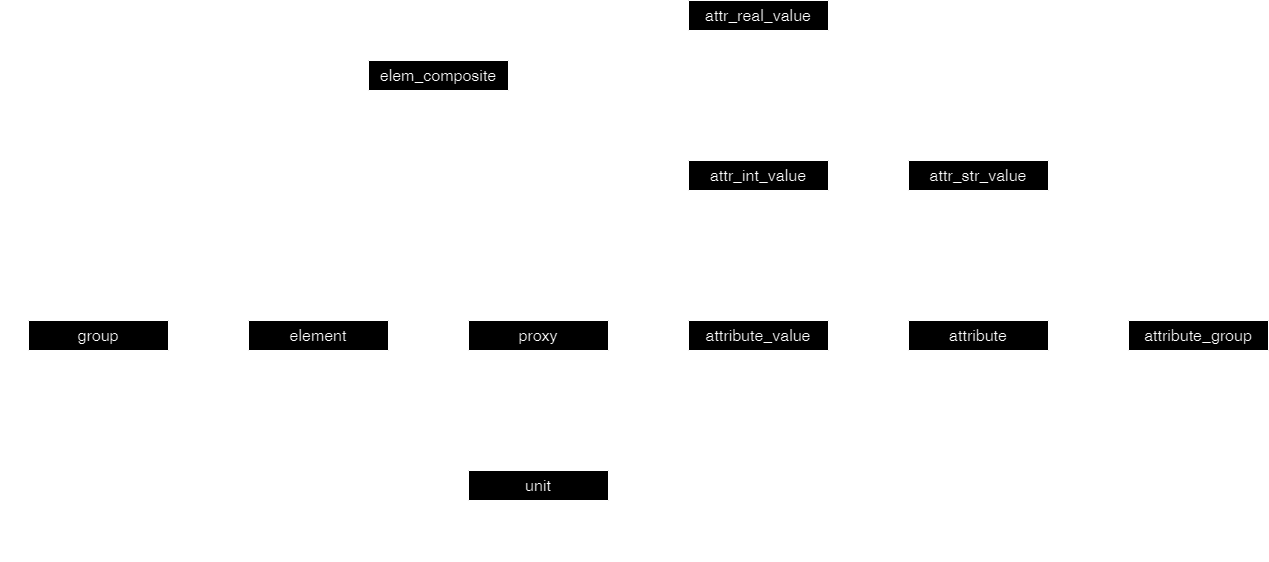
Earlier version of the draw.io export ОборудованиеDB.drawio.png (AlexandrSB/DataBase). Source tidied: cells renumbered, new cells last; positions are measured from the earlier drawing's top-left corner, leaving out a move shared by most shapes.
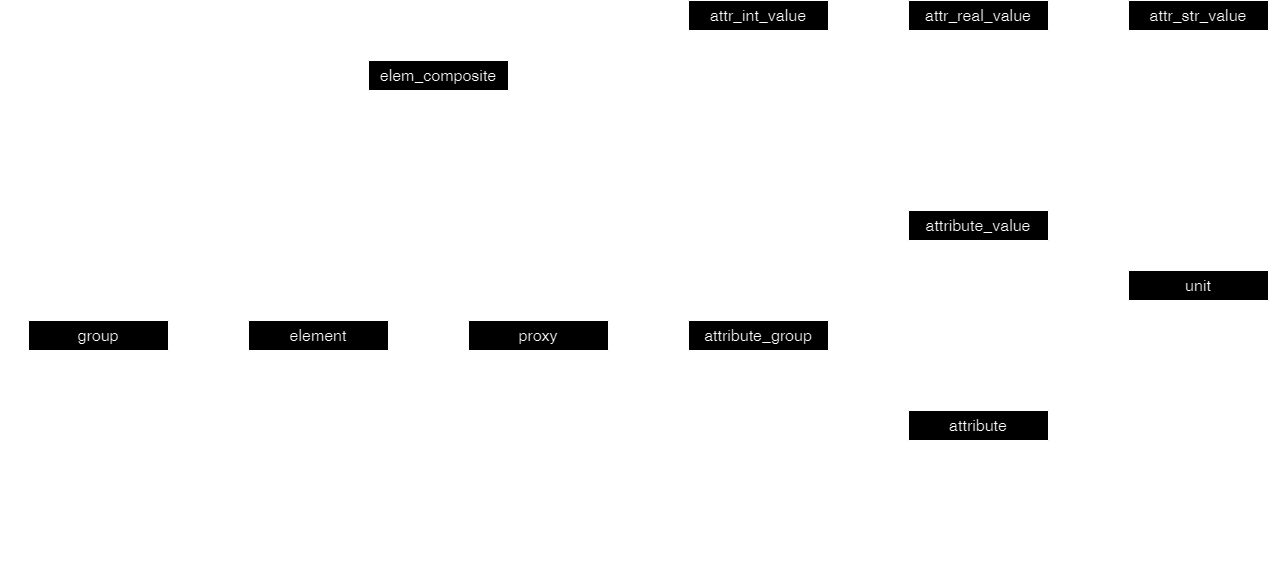
After the commit.

What changed in the source:
```diff
@@ -3,7 +3,7 @@
     <mxCell id="0" />
     <mxCell id="1" parent="0" />
     <mxCell id="2" value="&lt;font style=&quot;font-size: 16px;&quot;&gt;attribute&lt;/font&gt;" style="swimlane;fontStyle=0;horizontal=1;startSize=30;whiteSpace=wrap;html=1;" parent="1" vertex="1">
-      <mxGeometry x="900" y="320" width="140" height="120" as="geometry" />
+      <mxGeometry x="900" y="410" width="140" height="120" as="geometry" />
     </mxCell>
     <mxCell id="3" value="&lt;font style=&quot;font-size: 14px;&quot;&gt;id&lt;/font&gt;" style="text;strokeColor=none;fillColor=none;align=left;verticalAlign=middle;spacingLeft=4;spacingRight=4;overflow=hidden;points=[[0,0.5],[1,0.5]];portConstraint=eastwest;whiteSpace=wrap;html=1;" parent="2" vertex="1">
       <mxGeometry y="30" width="140" height="30" as="geometry" />
@@ -15,33 +15,19 @@
       <mxGeometry y="90" width="140" height="30" as="geometry" />
     </mxCell>
     <mxCell id="6" value="&lt;span style=&quot;font-size: 16px;&quot;&gt;attribute_value&lt;/span&gt;" style="swimlane;fontStyle=0;horizontal=1;startSize=30;whiteSpace=wrap;html=1;" parent="1" vertex="1">
-      <mxGeometry x="680" y="320" width="140" height="180" as="geometry" />
+      <mxGeometry x="900" y="210" width="140" height="120" as="geometry" />
     </mxCell>
     <mxCell id="7" value="&lt;font style=&quot;font-size: 14px;&quot;&gt;id&lt;/font&gt;" style="text;strokeColor=none;fillColor=none;align=left;verticalAlign=middle;spacingLeft=4;spacingRight=4;overflow=hidden;points=[[0,0.5],[1,0.5]];portConstraint=eastwest;whiteSpace=wrap;html=1;" parent="6" vertex="1">
       <mxGeometry y="30" width="140" height="30" as="geometry" />
     </mxCell>
-    <mxCell id="8" value="&lt;font style=&quot;font-size: 14px;&quot;&gt;name&lt;/font&gt;" style="text;strokeColor=none;fillColor=none;align=left;verticalAlign=middle;spacingLeft=4;spacingRight=4;overflow=hidden;whiteSpace=wrap;html=1;" parent="6" vertex="1">
-      <mxGeometry y="60" width="140" height="30" as="geometry" />
-    </mxCell>
-    <mxCell id="9" value="&lt;font style=&quot;font-size: 14px;&quot;&gt;proxy_id&lt;br&gt;&lt;/font&gt;" style="text;strokeColor=none;fillColor=none;align=left;verticalAlign=middle;spacingLeft=4;spacingRight=4;overflow=hidden;points=[[0,0.5],[1,0.5]];portConstraint=eastwest;whiteSpace=wrap;html=1;" parent="6" vertex="1">
-      <mxGeometry y="90" width="140" height="30" as="geometry" />
+    <mxCell id="9" value="&lt;font style=&quot;font-size: 14px;&quot;&gt;attr_id&lt;br&gt;&lt;/font&gt;" style="text;strokeColor=none;fillColor=none;align=left;verticalAlign=middle;spacingLeft=4;spacingRight=4;overflow=hidden;points=[[0,0.5],[1,0.5]];portConstraint=eastwest;whiteSpace=wrap;html=1;" parent="6" vertex="1">
+      <mxGeometry y="60" width="140" height="30" as="geometry" />
     </mxCell>
     <mxCell id="10" value="&lt;font style=&quot;font-size: 14px;&quot;&gt;unit_id&lt;br&gt;&lt;/font&gt;" style="text;strokeColor=none;fillColor=none;align=left;verticalAlign=middle;spacingLeft=4;spacingRight=4;overflow=hidden;points=[[0,0.5],[1,0.5]];portConstraint=eastwest;whiteSpace=wrap;html=1;" parent="6" vertex="1">
-      <mxGeometry y="120" width="140" height="30" as="geometry" />
+      <mxGeometry y="90" width="140" height="30" as="geometry" />
     </mxCell>
-    <mxCell id="11" value="&lt;font style=&quot;font-size: 14px;&quot;&gt;attribute_id&lt;br&gt;&lt;/font&gt;" style="text;strokeColor=none;fillColor=none;align=left;verticalAlign=middle;spacingLeft=4;spacingRight=4;overflow=hidden;points=[[0,0.5],[1,0.5]];portConstraint=eastwest;whiteSpace=wrap;html=1;" parent="6" vertex="1">
-      <mxGeometry y="150" width="140" height="30" as="geometry" />
-    </mxCell>
-    <mxCell id="12" style="edgeStyle=orthogonalEdgeStyle;fontSize=12;html=1;endArrow=ERoneToMany;rounded=0;entryX=0;entryY=0.5;entryDx=0;entryDy=0;exitX=1;exitY=0.5;exitDx=0;exitDy=0;" parent="1" edge="1" source="11" target="3">
-      <mxGeometry relative="1" as="geometry">
-        <Array as="points">
-          <mxPoint x="880" y="485" />
-          <mxPoint x="880" y="365" />
-        </Array>
-      </mxGeometry>
-    </mxCell>
     <mxCell id="13" value="&lt;font style=&quot;font-size: 16px;&quot;&gt;attribute_group&lt;/font&gt;" style="swimlane;fontStyle=0;horizontal=1;startSize=30;whiteSpace=wrap;html=1;" parent="1" vertex="1">
-      <mxGeometry x="1120" y="320" width="140" height="90" as="geometry" />
+      <mxGeometry x="680" y="320" width="140" height="150" as="geometry" />
     </mxCell>
     <mxCell id="14" value="&lt;font style=&quot;font-size: 14px;&quot;&gt;id&lt;/font&gt;" style="text;strokeColor=none;fillColor=none;align=left;verticalAlign=middle;spacingLeft=4;spacingRight=4;overflow=hidden;points=[[0,0.5],[1,0.5]];portConstraint=eastwest;whiteSpace=wrap;html=1;" parent="13" vertex="1">
       <mxGeometry y="30" width="140" height="30" as="geometry" />
@@ -49,11 +35,17 @@
     <mxCell id="15" value="&lt;font style=&quot;font-size: 14px;&quot;&gt;name&lt;/font&gt;" style="text;strokeColor=none;fillColor=none;align=left;verticalAlign=middle;spacingLeft=4;spacingRight=4;overflow=hidden;whiteSpace=wrap;html=1;" parent="13" vertex="1">
       <mxGeometry y="60" width="140" height="30" as="geometry" />
     </mxCell>
+    <mxCell id="65" value="&lt;span style=&quot;font-size: 14px;&quot;&gt;proxy_id&lt;/span&gt;" style="text;strokeColor=none;fillColor=none;align=left;verticalAlign=middle;spacingLeft=4;spacingRight=4;overflow=hidden;points=[[0,0.5],[1,0.5]];portConstraint=eastwest;whiteSpace=wrap;html=1;" parent="13" vertex="1">
+      <mxGeometry y="90" width="140" height="30" as="geometry" />
+    </mxCell>
+    <mxCell id="66" value="&lt;font style=&quot;font-size: 14px;&quot;&gt;attr_id&lt;/font&gt;" style="text;strokeColor=none;fillColor=none;align=left;verticalAlign=middle;spacingLeft=4;spacingRight=4;overflow=hidden;points=[[0,0.5],[1,0.5]];portConstraint=eastwest;whiteSpace=wrap;html=1;" parent="13" vertex="1">
+      <mxGeometry y="120" width="140" height="30" as="geometry" />
+    </mxCell>
-    <mxCell id="16" style="edgeStyle=orthogonalEdgeStyle;fontSize=12;html=1;endArrow=ERoneToMany;rounded=0;exitX=1;exitY=0.5;exitDx=0;exitDy=0;" parent="1" edge="1" source="5" target="14">
+    <mxCell id="16" style="edgeStyle=orthogonalEdgeStyle;fontSize=12;html=1;endArrow=ERoneToMany;rounded=0;exitX=0;exitY=0.5;exitDx=0;exitDy=0;entryX=1;entryY=0.5;entryDx=0;entryDy=0;" parent="1" edge="1" source="3" target="66">
       <mxGeometry relative="1" as="geometry" />
     </mxCell>
     <mxCell id="17" value="&lt;font style=&quot;font-size: 16px;&quot;&gt;attr_int_value&lt;/font&gt;" style="swimlane;fontStyle=0;horizontal=1;startSize=30;whiteSpace=wrap;html=1;" parent="1" vertex="1">
-      <mxGeometry x="680" y="160" width="140" height="120" as="geometry" />
+      <mxGeometry x="680" width="140" height="120" as="geometry" />
     </mxCell>
     <mxCell id="18" value="&lt;font style=&quot;font-size: 14px;&quot;&gt;id&lt;/font&gt;" style="text;strokeColor=none;fillColor=none;align=left;verticalAlign=middle;spacingLeft=4;spacingRight=4;overflow=hidden;whiteSpace=wrap;html=1;" parent="17" vertex="1">
       <mxGeometry y="30" width="140" height="30" as="geometry" />
@@ -64,16 +56,11 @@
     <mxCell id="20" value="&lt;font style=&quot;font-size: 14px;&quot;&gt;attr_value&lt;br&gt;&lt;/font&gt;" style="text;strokeColor=none;fillColor=none;align=left;verticalAlign=middle;spacingLeft=4;spacingRight=4;overflow=hidden;points=[[0,0.5],[1,0.5]];portConstraint=eastwest;whiteSpace=wrap;html=1;" parent="17" vertex="1">
       <mxGeometry y="90" width="140" height="30" as="geometry" />
     </mxCell>
-    <mxCell id="21" style="edgeStyle=orthogonalEdgeStyle;fontSize=12;html=1;endArrow=ERmandOne;startArrow=ERmandOne;rounded=0;entryX=1;entryY=0.5;entryDx=0;entryDy=0;exitX=1;exitY=0.5;exitDx=0;exitDy=0;" parent="1" edge="1" source="20" target="7">
-      <mxGeometry relative="1" as="geometry">
-        <Array as="points">
-          <mxPoint x="860" y="265" />
-          <mxPoint x="860" y="365" />
-        </Array>
-      </mxGeometry>
+    <mxCell id="21" style="edgeStyle=orthogonalEdgeStyle;fontSize=12;html=1;endArrow=ERmandOne;startArrow=ERmandOne;rounded=0;entryX=0;entryY=0.5;entryDx=0;entryDy=0;exitX=1;exitY=0.5;exitDx=0;exitDy=0;" parent="1" edge="1" source="20" target="7">
+      <mxGeometry relative="1" as="geometry" />
     </mxCell>
     <mxCell id="22" value="&lt;font style=&quot;font-size: 16px;&quot;&gt;attr_str_value&lt;/font&gt;" style="swimlane;fontStyle=0;horizontal=1;startSize=30;whiteSpace=wrap;html=1;" parent="1" vertex="1">
-      <mxGeometry x="900" y="160" width="140" height="120" as="geometry" />
+      <mxGeometry x="1120" width="140" height="120" as="geometry" />
     </mxCell>
     <mxCell id="23" value="&lt;font style=&quot;font-size: 14px;&quot;&gt;id&lt;/font&gt;" style="text;strokeColor=none;fillColor=none;align=left;verticalAlign=middle;spacingLeft=4;spacingRight=4;overflow=hidden;whiteSpace=wrap;html=1;" parent="22" vertex="1">
       <mxGeometry y="30" width="140" height="30" as="geometry" />
@@ -85,10 +72,15 @@
       <mxGeometry y="90" width="140" height="30" as="geometry" />
     </mxCell>
     <mxCell id="26" style="edgeStyle=orthogonalEdgeStyle;fontSize=12;html=1;endArrow=ERmandOne;startArrow=ERmandOne;rounded=0;entryX=1;entryY=0.5;entryDx=0;entryDy=0;exitX=0;exitY=0.5;exitDx=0;exitDy=0;" parent="1" edge="1" source="25" target="7">
-      <mxGeometry relative="1" as="geometry" />
+      <mxGeometry relative="1" as="geometry">
+        <Array as="points">
+          <mxPoint x="1090" y="105" />
+          <mxPoint x="1090" y="255" />
+        </Array>
+      </mxGeometry>
     </mxCell>
     <mxCell id="27" value="&lt;font style=&quot;font-size: 16px;&quot;&gt;attr_real_value&lt;/font&gt;" style="swimlane;fontStyle=0;horizontal=1;startSize=30;whiteSpace=wrap;html=1;" parent="1" vertex="1">
-      <mxGeometry x="680" width="140" height="120" as="geometry" />
+      <mxGeometry x="900" width="140" height="120" as="geometry" />
     </mxCell>
     <mxCell id="28" value="&lt;font style=&quot;font-size: 14px;&quot;&gt;id&lt;/font&gt;" style="text;strokeColor=none;fillColor=none;align=left;verticalAlign=middle;spacingLeft=4;spacingRight=4;overflow=hidden;whiteSpace=wrap;html=1;" parent="27" vertex="1">
       <mxGeometry y="30" width="140" height="30" as="geometry" />
@@ -102,8 +94,8 @@
     <mxCell id="31" style="edgeStyle=orthogonalEdgeStyle;fontSize=12;html=1;endArrow=ERmandOne;startArrow=ERmandOne;rounded=0;entryX=1;entryY=0.5;entryDx=0;entryDy=0;exitX=1;exitY=0.5;exitDx=0;exitDy=0;" parent="1" edge="1" source="30" target="7">
       <mxGeometry relative="1" as="geometry">
         <Array as="points">
-          <mxPoint x="860" y="105" />
-          <mxPoint x="860" y="365" />
+          <mxPoint x="1070" y="105" />
+          <mxPoint x="1070" y="255" />
         </Array>
       </mxGeometry>
     </mxCell>
@@ -116,11 +108,8 @@
     <mxCell id="34" value="&lt;font style=&quot;font-size: 14px;&quot;&gt;name&lt;/font&gt;" style="text;strokeColor=none;fillColor=none;align=left;verticalAlign=middle;spacingLeft=4;spacingRight=4;overflow=hidden;whiteSpace=wrap;html=1;" parent="32" vertex="1">
       <mxGeometry y="60" width="140" height="30" as="geometry" />
     </mxCell>
-    <mxCell id="35" style="edgeStyle=orthogonalEdgeStyle;fontSize=12;html=1;endArrow=ERoneToMany;rounded=0;entryX=1;entryY=0.5;entryDx=0;entryDy=0;exitX=0;exitY=0.5;exitDx=0;exitDy=0;" parent="1" edge="1" source="9" target="33">
-      <mxGeometry relative="1" as="geometry" />
-    </mxCell>
     <mxCell id="36" value="&lt;span style=&quot;font-size: 16px;&quot;&gt;unit&lt;/span&gt;" style="swimlane;fontStyle=0;horizontal=1;startSize=30;whiteSpace=wrap;html=1;" parent="1" vertex="1">
-      <mxGeometry x="460" y="470" width="140" height="90" as="geometry" />
+      <mxGeometry x="1120" y="270" width="140" height="90" as="geometry" />
     </mxCell>
     <mxCell id="37" value="&lt;font style=&quot;font-size: 14px;&quot;&gt;id&lt;/font&gt;" style="text;strokeColor=none;fillColor=none;align=left;verticalAlign=middle;spacingLeft=4;spacingRight=4;overflow=hidden;points=[[0,0.5],[1,0.5]];portConstraint=eastwest;whiteSpace=wrap;html=1;" parent="36" vertex="1">
       <mxGeometry y="30" width="140" height="30" as="geometry" />
@@ -128,7 +117,7 @@
     <mxCell id="38" value="&lt;font style=&quot;font-size: 14px;&quot;&gt;name&lt;/font&gt;" style="text;strokeColor=none;fillColor=none;align=left;verticalAlign=middle;spacingLeft=4;spacingRight=4;overflow=hidden;whiteSpace=wrap;html=1;" parent="36" vertex="1">
       <mxGeometry y="60" width="140" height="30" as="geometry" />
     </mxCell>
-    <mxCell id="39" style="edgeStyle=orthogonalEdgeStyle;fontSize=12;html=1;endArrow=ERoneToMany;rounded=0;entryX=1;entryY=0.5;entryDx=0;entryDy=0;exitX=0;exitY=0.5;exitDx=0;exitDy=0;" parent="1" edge="1" source="10" target="37">
+    <mxCell id="39" style="edgeStyle=orthogonalEdgeStyle;fontSize=12;html=1;endArrow=ERoneToMany;rounded=0;entryX=0;entryY=0.5;entryDx=0;entryDy=0;" parent="1" edge="1" source="10" target="37">
       <mxGeometry relative="1" as="geometry" />
     </mxCell>
     <mxCell id="40" value="&lt;span style=&quot;font-size: 16px;&quot;&gt;element&lt;/span&gt;" style="swimlane;fontStyle=0;horizontal=1;startSize=30;whiteSpace=wrap;html=1;" parent="1" vertex="1">
@@ -224,5 +213,16 @@
     <mxCell id="64" style="edgeStyle=orthogonalEdgeStyle;fontSize=12;html=1;endArrow=ERmany;startArrow=ERmany;rounded=0;entryX=0;entryY=0.5;entryDx=0;entryDy=0;exitX=1;exitY=0.5;exitDx=0;exitDy=0;" parent="1" edge="1" source="60" target="41">
       <mxGeometry relative="1" as="geometry" />
     </mxCell>
+    <mxCell id="67" style="edgeStyle=orthogonalEdgeStyle;fontSize=12;html=1;endArrow=ERoneToMany;rounded=0;entryX=0;entryY=0.5;entryDx=0;entryDy=0;exitX=1;exitY=0.5;exitDx=0;exitDy=0;" parent="1" edge="1" source="33" target="65">
+      <mxGeometry relative="1" as="geometry" />
+    </mxCell>
+    <mxCell id="68" style="edgeStyle=orthogonalEdgeStyle;fontSize=12;html=1;endArrow=ERoneToMany;rounded=0;entryX=0;entryY=0.5;entryDx=0;entryDy=0;exitX=0;exitY=0.5;exitDx=0;exitDy=0;" parent="1" edge="1" source="3" target="9">
+      <mxGeometry relative="1" as="geometry">
+        <Array as="points">
+          <mxPoint x="860" y="455" />
+          <mxPoint x="860" y="285" />
+        </Array>
+      </mxGeometry>
+    </mxCell>
   </root>
 </mxGraphModel>
```
